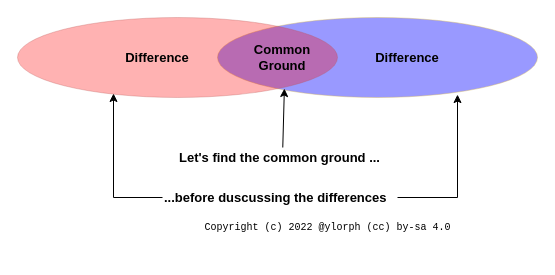
The draw.io diagram 2022.03.23_common_ground/common ground.drawio in ylorph/RandomThoughts, before the edit. Source tidied: cells renumbered, new cells numbered last; positions are measured from the earlier drawing's top-left corner, leaving out a move shared by most shapes. Both pictures are drawn from the tidied source at 100%, with x=0, y=0 at pixel (17, 17).
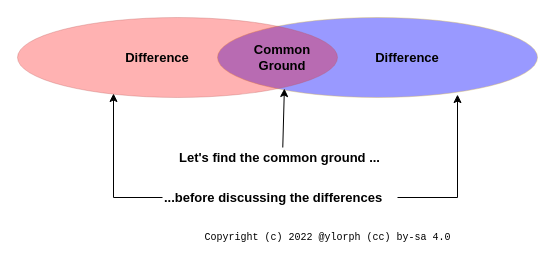
Above is the later version.

Diff of the diagram source:
```diff
@@
 <mxGraphModel>
   <root>
     <mxCell id="0" />
     <mxCell id="1" parent="0" />
     <mxCell id="2" style="ellipse;whiteSpace=wrap;html=1;strokeColor=#d6b656;opacity=40;fillColor=#0000FF;" parent="1" vertex="1">
       <mxGeometry x="200" width="320" height="80" as="geometry" />
     </mxCell>
     <mxCell id="3" style="ellipse;whiteSpace=wrap;html=1;strokeColor=#b85450;opacity=30;fillColor=#FF0000;" parent="1" vertex="1">
       <mxGeometry width="320" height="80" as="geometry" />
     </mxCell>
     <mxCell id="4" value="Common&lt;br style=&quot;font-size: 13px;&quot;&gt;Ground" style="text;html=1;strokeColor=none;fillColor=none;align=center;verticalAlign=middle;whiteSpace=wrap;rounded=0;fontSize=13;fontStyle=1;" parent="1" vertex="1">
       <mxGeometry x="245" y="30" width="40" height="20" as="geometry" />
     </mxCell>
     <mxCell id="5" value="Difference" style="text;html=1;strokeColor=none;fillColor=none;align=center;verticalAlign=middle;whiteSpace=wrap;rounded=0;fontSize=13;fontStyle=1;" parent="1" vertex="1">
       <mxGeometry x="80" y="30" width="120" height="20" as="geometry" />
     </mxCell>
     <mxCell id="6" value="Difference" style="text;html=1;strokeColor=none;fillColor=none;align=center;verticalAlign=middle;whiteSpace=wrap;rounded=0;fontSize=13;fontStyle=1;" parent="1" vertex="1">
       <mxGeometry x="330" y="30" width="120" height="20" as="geometry" />
     </mxCell>
     <mxCell id="7" style="rounded=0;jettySize=auto;html=1;entryX=0.834;entryY=0.888;entryDx=0;entryDy=0;entryPerimeter=0;" parent="1" edge="1" source="8" target="3">
       <mxGeometry relative="1" as="geometry" />
     </mxCell>
     <mxCell id="8" value="Let's find the common ground ..." style="text;html=1;strokeColor=none;fillColor=none;align=left;verticalAlign=middle;whiteSpace=wrap;rounded=0;opacity=40;fontSize=13;fontStyle=1;labelBackgroundColor=#ffffff;" parent="1" vertex="1">
       <mxGeometry x="160" y="130" width="210" height="20" as="geometry" />
     </mxCell>
     <mxCell id="9" style="edgeStyle=orthogonalEdgeStyle;rounded=0;jettySize=auto;html=1;entryX=0.3;entryY=0.95;entryDx=0;entryDy=0;entryPerimeter=0;" parent="1" edge="1" source="11" target="3">
       <mxGeometry relative="1" as="geometry">
         <Array as="points">
           <mxPoint x="96" y="180" />
         </Array>
       </mxGeometry>
     </mxCell>
     <mxCell id="10" style="edgeStyle=orthogonalEdgeStyle;rounded=0;jettySize=auto;html=1;entryX=0.75;entryY=0.963;entryDx=0;entryDy=0;entryPerimeter=0;" parent="1" edge="1" source="11" target="2">
       <mxGeometry relative="1" as="geometry">
         <Array as="points">
           <mxPoint x="440" y="180" />
         </Array>
       </mxGeometry>
     </mxCell>
-    <mxCell id="11" value="...before duscussing the differences" style="text;html=1;strokeColor=none;fillColor=none;align=left;verticalAlign=middle;whiteSpace=wrap;rounded=0;opacity=40;fontSize=13;fontStyle=1;labelBackgroundColor=#ffffff;" parent="1" vertex="1">
+    <mxCell id="11" value="...before discussing the differences" style="text;html=1;strokeColor=none;fillColor=none;align=left;verticalAlign=middle;whiteSpace=wrap;rounded=0;opacity=40;fontSize=13;fontStyle=1;labelBackgroundColor=#ffffff;" parent="1" vertex="1">
       <mxGeometry x="145" y="170" width="235" height="20" as="geometry" />
     </mxCell>
     <mxCell id="12" value="&lt;pre style=&quot;font-family: &amp;quot;jetbrains mono&amp;quot;, monospace; line-height: 100%; font-size: 10px;&quot;&gt;Copyright (c) 2022 @ylorph (cc) by-sa 4.0&lt;/pre&gt;" style="text;html=1;align=center;verticalAlign=middle;strokeColor=none;labelBackgroundColor=#ffffff;fontSize=10;" parent="1" vertex="1">
-      <mxGeometry x="180" y="190" width="260" height="40" as="geometry" />
+      <mxGeometry x="180" y="200" width="260" height="40" as="geometry" />
     </mxCell>
   </root>
 </mxGraphModel>
```
